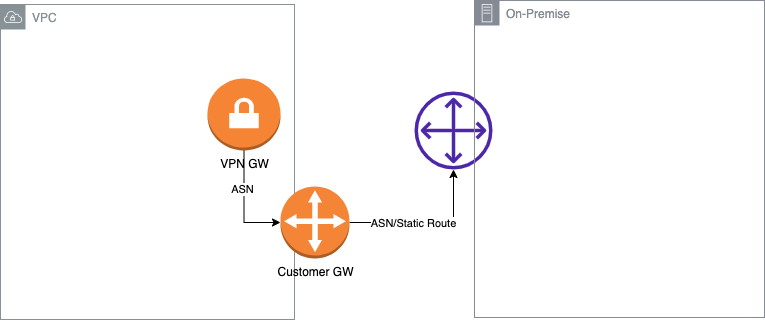
dmagnate/23AWS keeps this draw.io diagram as AWS VPN.png. Above is the earlier version. Source tidied: cells renumbered, new cells last; positions are measured from the earlier drawing's top-left corner, leaving out a move shared by most shapes.
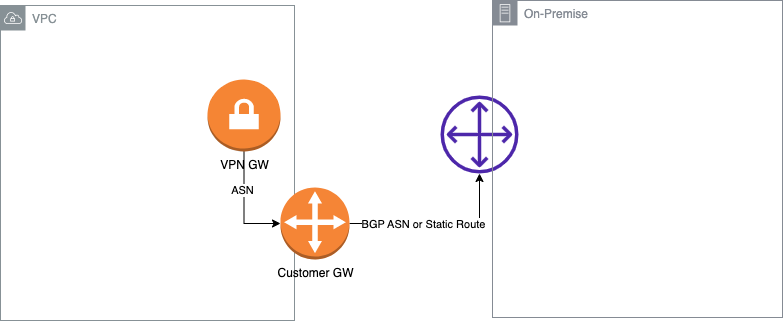
Above is the later version.

What changed in the source:
```diff
@@ -17,17 +17,17 @@
     <mxCell id="6" style="edgeStyle=orthogonalEdgeStyle;rounded=0;jettySize=auto;html=1;" parent="1" edge="1" source="8" target="9">
       <mxGeometry relative="1" as="geometry" />
     </mxCell>
-    <mxCell id="7" value="ASN/Static Route" style="edgeLabel;html=1;align=center;verticalAlign=middle;" parent="6" vertex="1">
+    <mxCell id="7" value="BGP ASN or Static Route" style="edgeLabel;html=1;align=center;verticalAlign=middle;" parent="6" vertex="1">
       <mxGeometry x="-0.19" relative="1" as="geometry" />
     </mxCell>
     <mxCell id="8" value="Customer GW" style="outlineConnect=0;dashed=0;verticalLabelPosition=bottom;verticalAlign=top;align=center;html=1;shape=mxgraph.aws3.customer_gateway;fillColor=#F58536;gradientColor=none;" parent="1" vertex="1">
       <mxGeometry x="280" y="186" width="69" height="72" as="geometry" />
     </mxCell>
     <mxCell id="9" style="sketch=0;outlineConnect=0;fontColor=#232F3E;gradientColor=none;fillColor=#4D27AA;strokeColor=none;dashed=0;verticalLabelPosition=bottom;verticalAlign=top;align=center;html=1;fontSize=12;fontStyle=0;shape=mxgraph.aws4.customer_gateway;" parent="1" vertex="1">
-      <mxGeometry x="414" y="91" width="78" height="78" as="geometry" />
+      <mxGeometry x="440" y="94" width="78" height="78" as="geometry" />
     </mxCell>
     <mxCell id="10" value="On-Premise" style="sketch=0;gradientColor=none;html=1;whiteSpace=wrap;fontSize=12;fontStyle=0;shape=mxgraph.aws4.group;grIcon=mxgraph.aws4.group_on_premise;strokeColor=#858B94;fillColor=none;verticalAlign=top;align=left;spacingLeft=30;fontColor=#858B94;dashed=0;" parent="1" vertex="1">
-      <mxGeometry x="474" width="290" height="317" as="geometry" />
+      <mxGeometry x="492" y="-1" width="290" height="317" as="geometry" />
     </mxCell>
   </root>
 </mxGraphModel>
```
